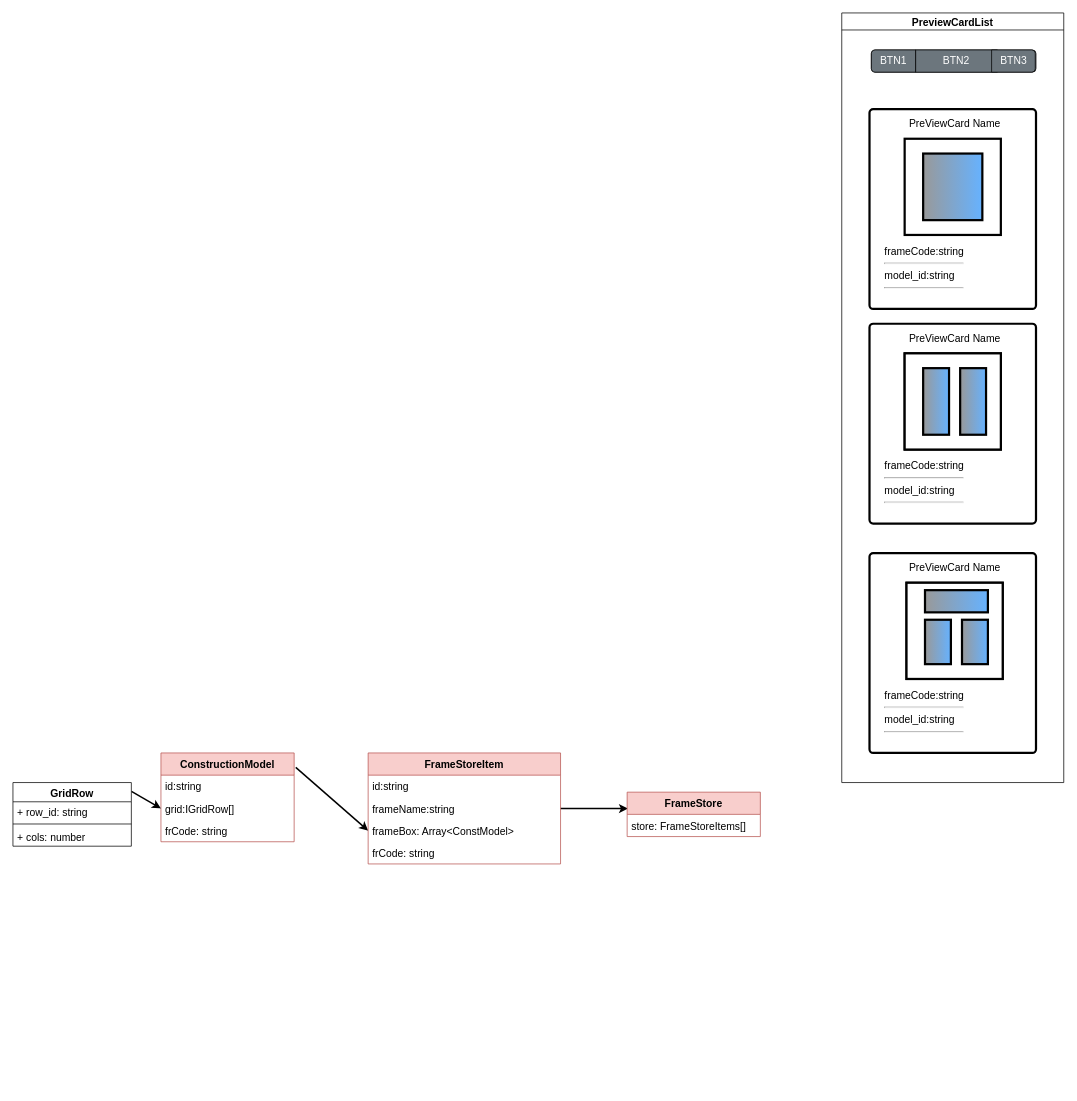
Above: page "Page-1" (1 of 2) of src/Models/TypesDiagramm.drawio in akuma-code/zcalc_react (draw.io), before the change. Source tidied: cells renumbered, new cells numbered last; positions are measured from the earlier drawing's top-left corner, leaving out a move shared by most shapes. Both pictures are drawn from the tidied source at 74%, with x=0, y=0 at pixel (13, 13).
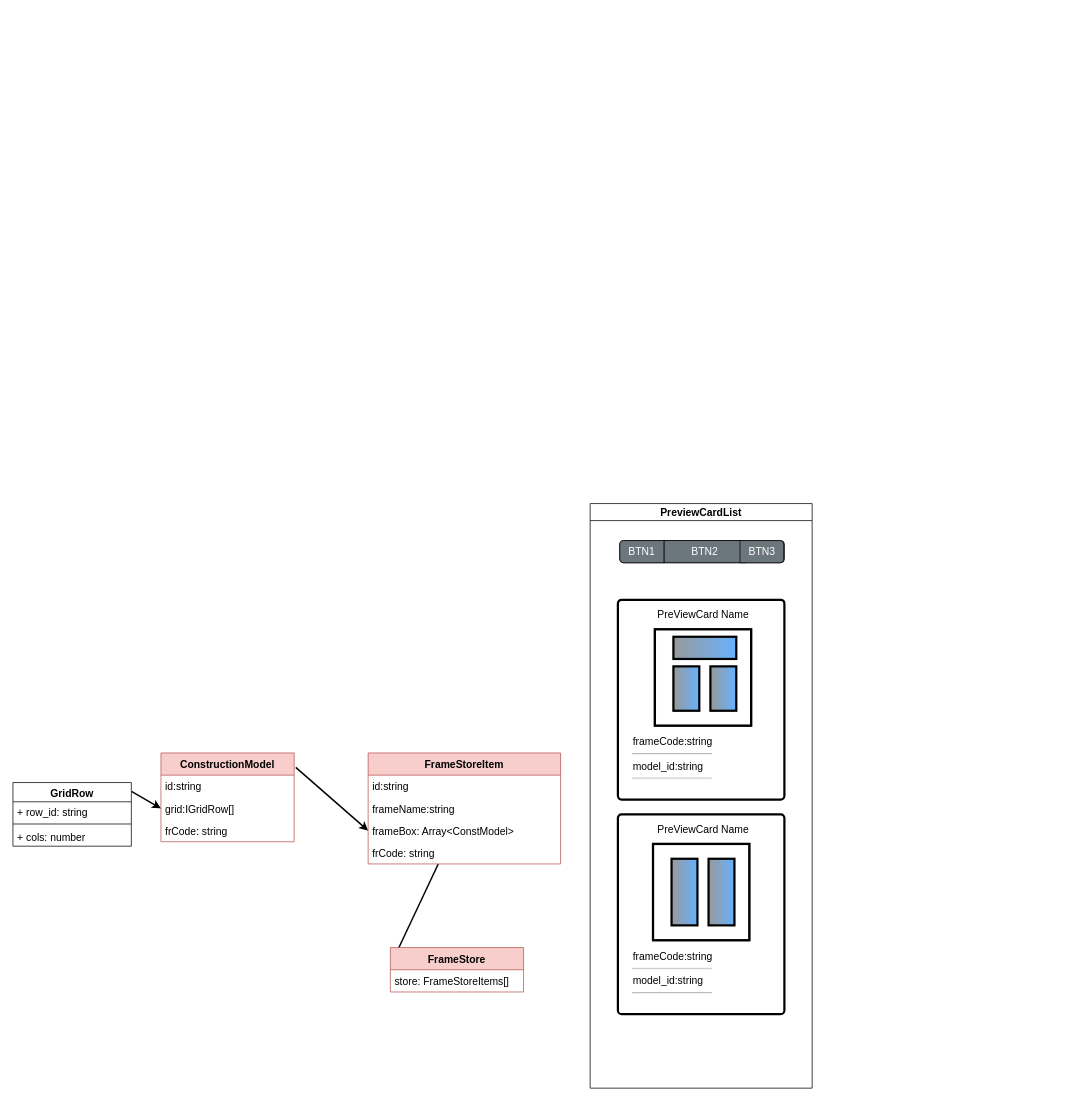
Above is the later version.

Diff of the diagram source:
```diff
@@
     <mxCell id="18" value="FrameStore" style="swimlane;fontStyle=1;horizontal=1;startSize=30;fontSize=14;labelBackgroundColor=none;fillColor=#f8cecc;strokeColor=#b85450;" parent="1" vertex="1">
-      <mxGeometry x="830" y="1053" width="180" height="60" as="geometry" />
+      <mxGeometry x="510" y="1263" width="180" height="60" as="geometry" />
     </mxCell>
@@
     <mxCell id="20" value="PreviewCardList" style="swimlane;labelBackgroundColor=none;fontSize=14;verticalAlign=middle;" parent="1" vertex="1">
-      <mxGeometry x="1120" width="300" height="1040" as="geometry" />
+      <mxGeometry x="780" y="663" width="300" height="790" as="geometry" />
     </mxCell>
-    <mxCell id="21" style="group;" parent="20" vertex="1">
-      <mxGeometry x="37.5" y="130" width="225" height="270" as="geometry" />
-    </mxCell>
-    <mxCell id="22" value="frameCode:string&lt;hr&gt;model_id:string&lt;hr&gt;" style="html=1;shadow=0;dashed=0;shape=mxgraph.bootstrap.rrect;rSize=5;strokeColor=#000000;html=1;whiteSpace=wrap;fillColor=#ffffff;fontColor=#000000;verticalAlign=bottom;align=left;spacing=20;fontSize=14;labelBackgroundColor=none;strokeWidth=3;perimeterSpacing=1;" parent="21" vertex="1">
-      <mxGeometry width="225" height="270" as="geometry" />
-    </mxCell>
-    <mxCell id="23" value="PreViewCard Name" style="text;html=1;strokeColor=none;fillColor=none;align=center;verticalAlign=middle;whiteSpace=wrap;rounded=0;labelBackgroundColor=none;fontSize=14;fontColor=#000000;" parent="21" vertex="1">
-      <mxGeometry x="30" y="10" width="170" height="20" as="geometry" />
-    </mxCell>
-    <mxCell id="24" style="group;" parent="21" vertex="1">
-      <mxGeometry x="47.5" y="40" width="130" height="130" as="geometry" />
-    </mxCell>
-    <mxCell id="25" style="whiteSpace=wrap;html=1;labelBackgroundColor=none;fontSize=14;strokeWidth=3;gradientColor=none;gradientDirection=east;" parent="24" vertex="1">
-      <mxGeometry width="130" height="130" as="geometry" />
-    </mxCell>
-    <mxCell id="26" style="rounded=0;whiteSpace=wrap;html=1;labelBackgroundColor=none;fontSize=14;strokeColor=#000000;strokeWidth=3;fillColor=#999999;gradientColor=#66B2FF;gradientDirection=east;" parent="24" vertex="1">
-      <mxGeometry x="25" y="20" width="80" height="90" as="geometry" />
-    </mxCell>
@@
     <mxCell id="34" style="group;" parent="20" vertex="1">
-      <mxGeometry x="37.5" y="730" width="225" height="270" as="geometry" />
+      <mxGeometry x="37.5" y="130" width="225" height="270" as="geometry" />
     </mxCell>
```
